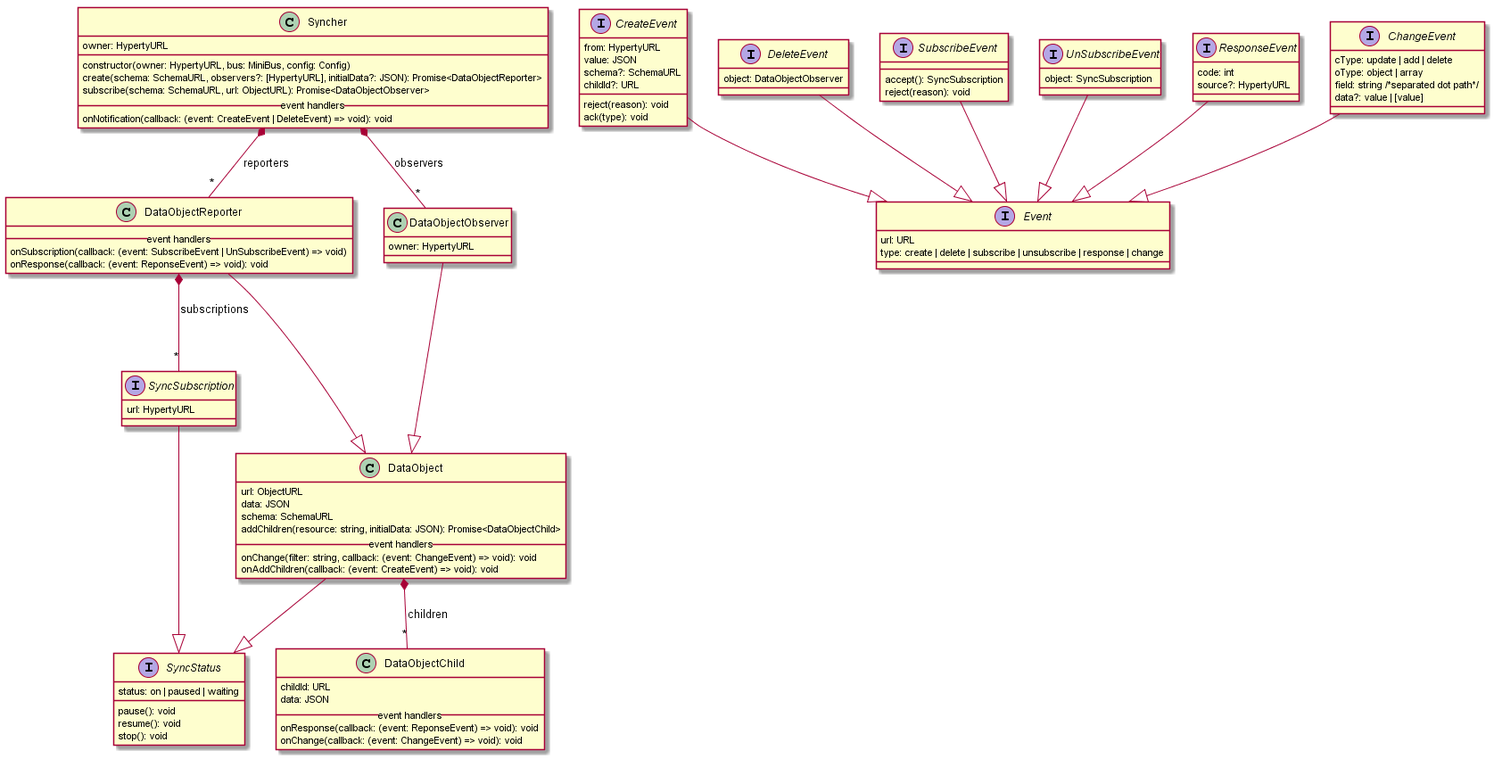
Above: docs/specs/service-framework/SyncherManager.png in reTHINK-project/dev-service-framework (PlantUML), before the change.
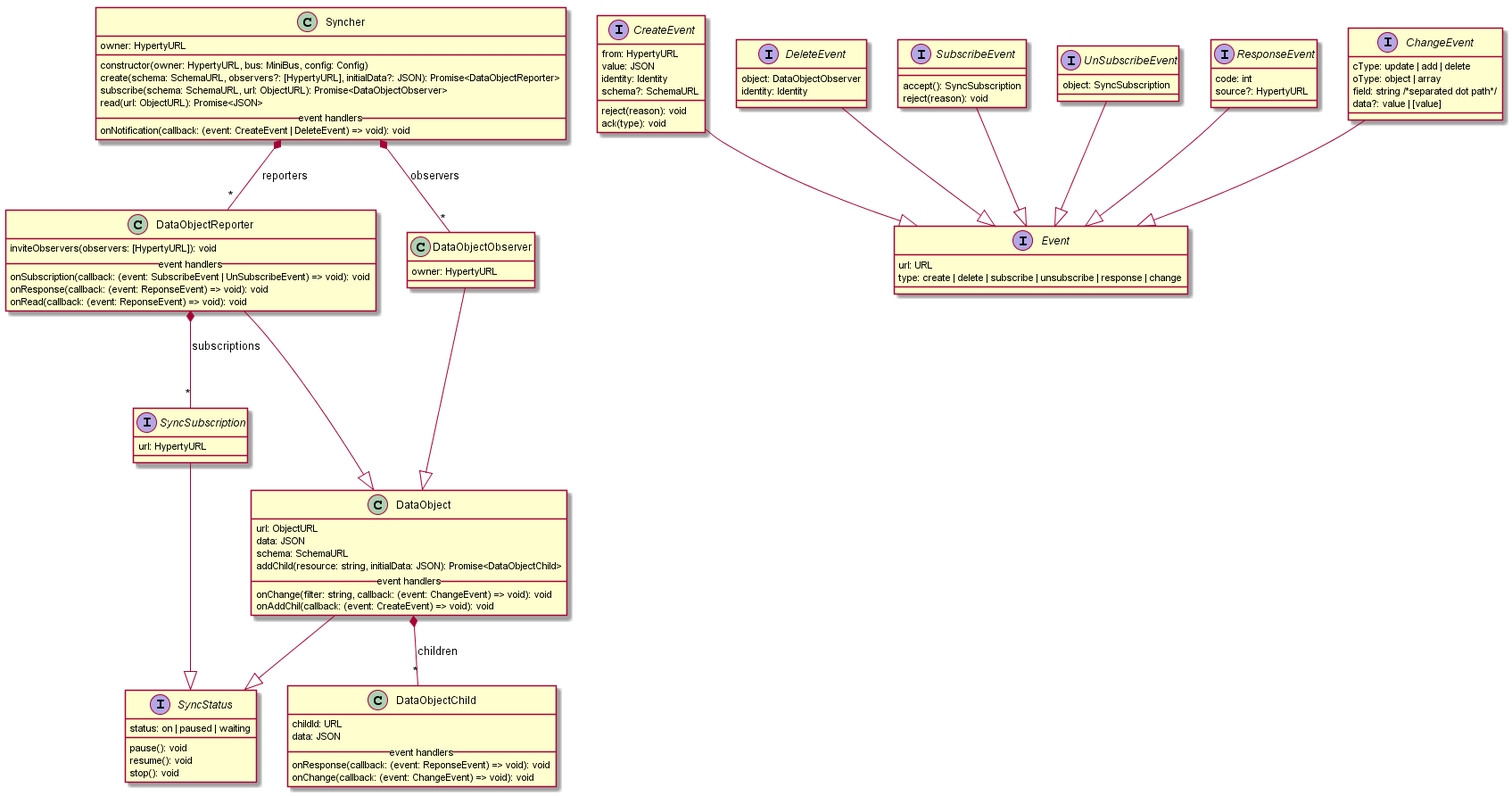
The same file after the commit.

The edit, as a diff of the source:
```diff
@@ -17,6 +17,7 @@
   constructor(owner: HypertyURL, bus: MiniBus, config: Config)
   create(schema: SchemaURL, observers?: [HypertyURL], initialData?: JSON): Promise<DataObjectReporter>
   subscribe(schema: SchemaURL, url: ObjectURL): Promise<DataObjectObserver>
+  read(url: ObjectURL): Promise<JSON>
   __ event handlers __
   onNotification(callback: (event: CreateEvent | DeleteEvent) => void): void
 }
@@ -25,10 +26,10 @@
   url: ObjectURL
   data: JSON
   schema: SchemaURL
-  addChildren(resource: string, initialData: JSON): Promise<DataObjectChild>
+  addChild(resource: string, initialData: JSON): Promise<DataObjectChild>
   __ event handlers __
   onChange(filter: string, callback: (event: ChangeEvent) => void): void
-  onAddChildren(callback: (event: CreateEvent) => void): void
+  onAddChil(callback: (event: CreateEvent) => void): void
 }
 
 class DataObjectChild {
@@ -40,9 +41,11 @@
 }
 
 class DataObjectReporter {
+  inviteObservers(observers: [HypertyURL]): void
   __ event handlers __
-  onSubscription(callback: (event: SubscribeEvent | UnSubscribeEvent) => void)
+  onSubscription(callback: (event: SubscribeEvent | UnSubscribeEvent) => void): void
   onResponse(callback: (event: ReponseEvent) => void): void
+  onRead(callback: (event: ReponseEvent) => void): void
 }
 
 class DataObjectObserver {
@@ -57,14 +60,15 @@
 interface CreateEvent {
   from: HypertyURL
   value: JSON
+  identity: Identity
   schema?: SchemaURL
-  childId?: URL
   reject(reason): void
   ack(type): void
 }
 
 interface DeleteEvent {
   object: DataObjectObserver
+  identity: Identity
 }
 
 interface SubscribeEvent {
```
